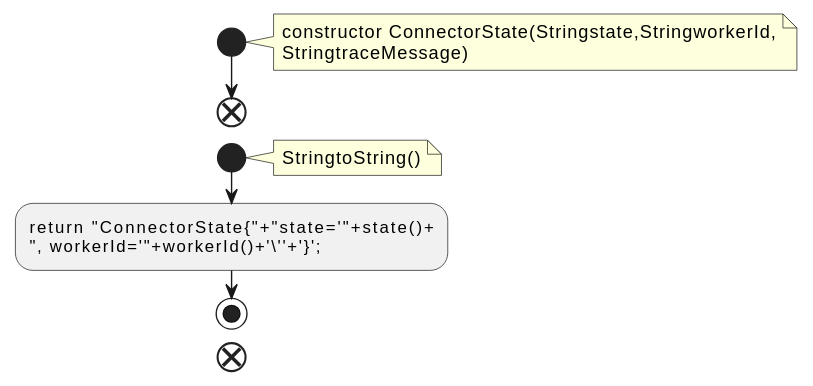
This is docs/qc/connect/api/src/main/java/org/apache/kafka/connect/health/ConnectorState.java.fct.svg from qualitesys/kafka, a PlantUML export, as it was before one commit.
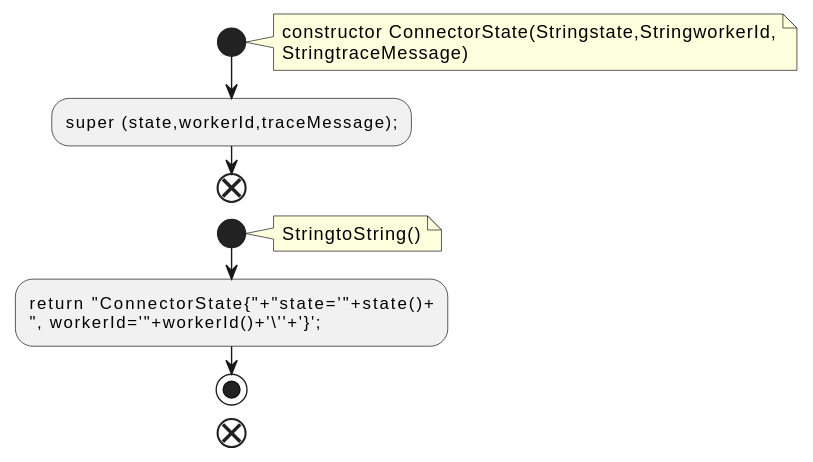
The same diagram one commit later.

What changed in the source:
```diff
@@ -5,6 +5,7 @@
 constructor ConnectorState(Stringstate,StringworkerId,
 StringtraceMessage)
 end note
+:super (state,workerId,traceMessage);;
 end
 start
 note right
```
